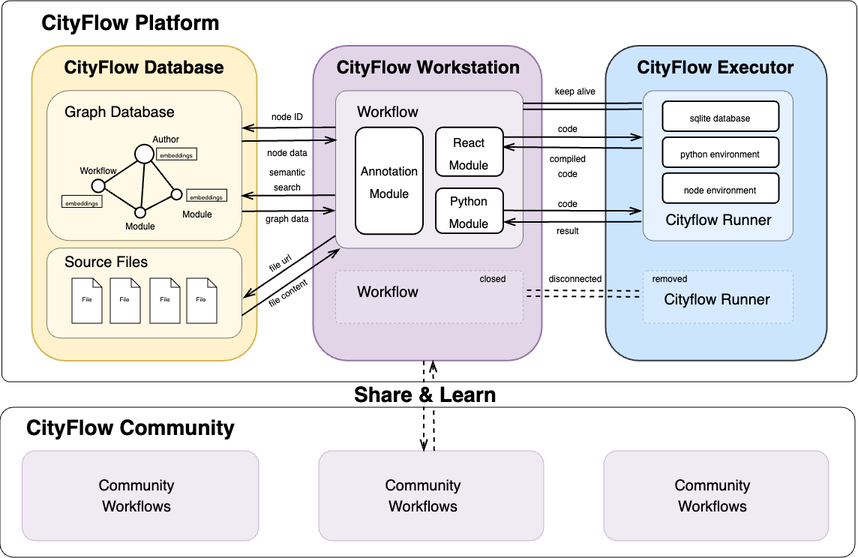
Above: docs/intro/assets/architecture.png in kekehurry/cityflow_document (draw.io), before the change. Source tidied: cells renumbered, new cells last; positions are measured from the earlier drawing's top-left corner, leaving out a move shared by most shapes.
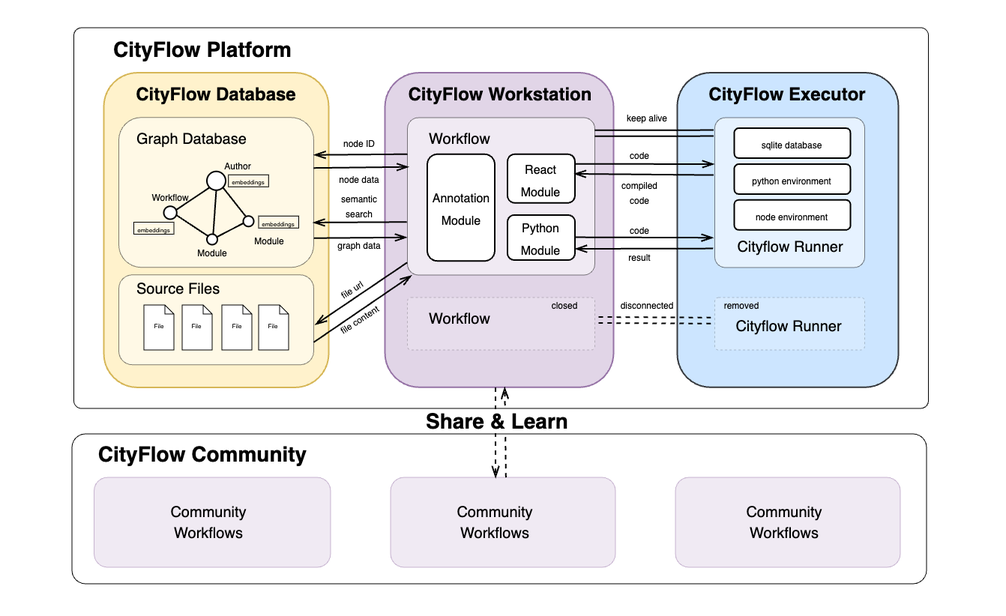
After the change.

What changed in the source:
```diff
@@ -2,6 +2,9 @@
   <root>
     <mxCell id="0" />
     <mxCell id="1" parent="0" />
+    <mxCell id="85" style="rounded=0;whiteSpace=wrap;html=1;fillColor=default;strokeColor=none;" parent="1" vertex="1">
+      <mxGeometry x="-48" y="-17.5" width="670" height="410" as="geometry" />
+    </mxCell>
     <mxCell id="2" style="rounded=1;whiteSpace=wrap;html=1;labelBackgroundColor=none;strokeWidth=0.5;fontSize=4;fontColor=#000000;fillColor=none;arcSize=2;" parent="1" vertex="1">
       <mxGeometry x="0.8" width="570" height="254" as="geometry" />
     </mxCell>
```
